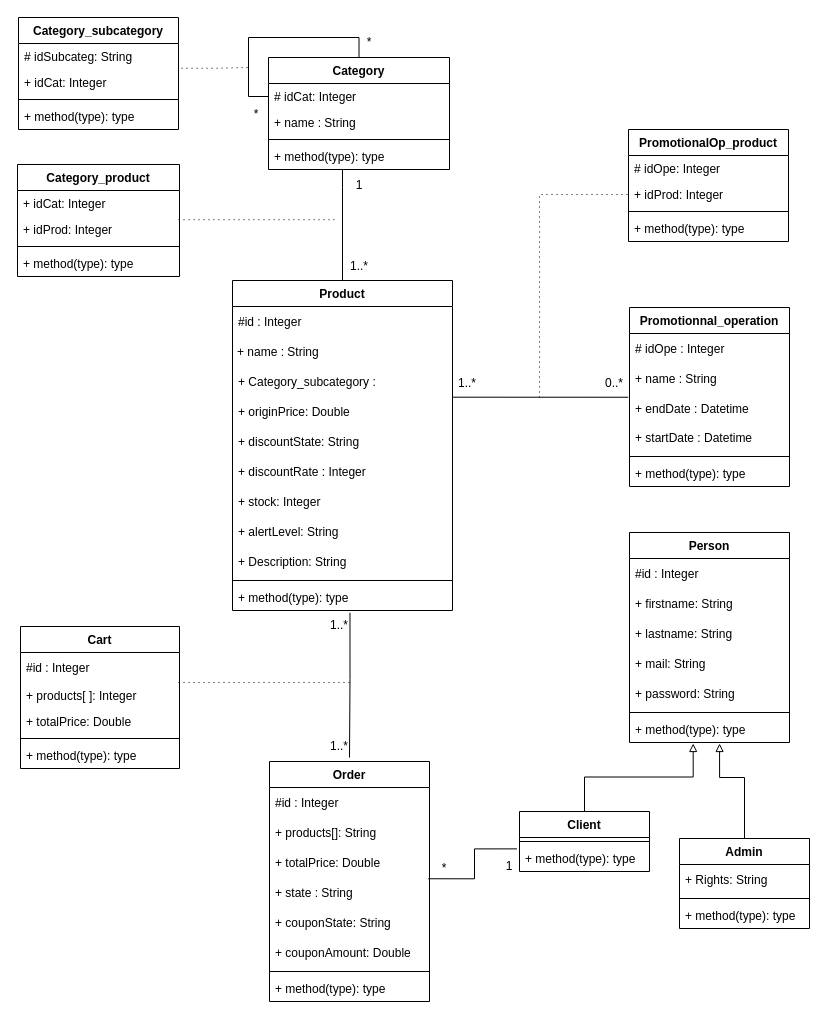
zbendd/ptut8 keeps this draw.io diagram as ptut8_DiagrammeDeClasse_V1.0.drawio. Above is the earlier version. Source tidied: cells renumbered, new cells numbered last; positions are measured from the earlier drawing's top-left corner, leaving out a move shared by most shapes. Both pictures are drawn from the tidied source at 100%, with x=0, y=0 at pixel (17, 17).
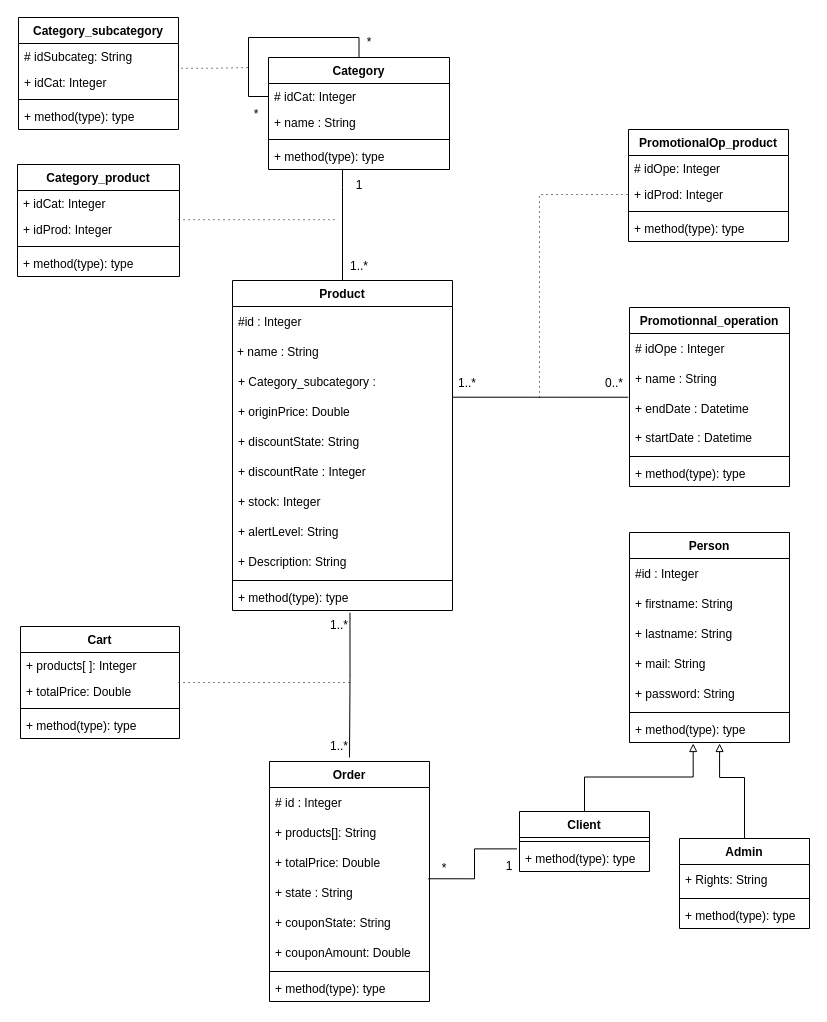
Above is the later version.

Unchanged cells that the change refers to:
```xml
<mxCell id="59" value="Order" style="swimlane;fontStyle=1;align=center;verticalAlign=top;horizontal=1;startSize=26;" parent="1" vertex="1">
  <mxGeometry x="252" y="744" width="160" height="240" as="geometry" />
</mxCell>
```

Diff of the diagram source:
```diff
@@
     <mxCell id="53" value="Cart" style="swimlane;fontStyle=1;align=center;verticalAlign=top;horizontal=1;startSize=26;" parent="1" vertex="1">
-      <mxGeometry x="3" y="609" width="159" height="142" as="geometry" />
+      <mxGeometry x="3" y="609" width="159" height="112" as="geometry" />
     </mxCell>
-    <mxCell id="54" value="#id : Integer" style="text;strokeColor=none;fillColor=none;align=left;verticalAlign=middle;spacingLeft=4;spacingRight=4;overflow=hidden;" parent="53" vertex="1">
-      <mxGeometry y="26" width="159" height="30" as="geometry" />
-    </mxCell>
     <mxCell id="55" value="+ products[ ]: Integer" style="text;strokeColor=none;fillColor=none;align=left;verticalAlign=top;spacingLeft=4;spacingRight=4;overflow=hidden;" parent="53" vertex="1">
-      <mxGeometry y="56" width="159" height="26" as="geometry" />
+      <mxGeometry y="26" width="159" height="26" as="geometry" />
     </mxCell>
     <mxCell id="56" value="+ totalPrice: Double" style="text;strokeColor=none;fillColor=none;align=left;verticalAlign=top;spacingLeft=4;spacingRight=4;overflow=hidden;" parent="53" vertex="1">
-      <mxGeometry y="82" width="159" height="26" as="geometry" />
+      <mxGeometry y="52" width="159" height="26" as="geometry" />
     </mxCell>
     <mxCell id="57" style="line;strokeWidth=1;fillColor=none;align=left;verticalAlign=middle;spacingTop=-1;spacingLeft=3;spacingRight=3;labelPosition=right;" parent="53" vertex="1">
-      <mxGeometry y="108" width="159" height="8" as="geometry" />
+      <mxGeometry y="78" width="159" height="8" as="geometry" />
     </mxCell>
     <mxCell id="58" value="+ method(type): type" style="text;strokeColor=none;fillColor=none;align=left;verticalAlign=top;spacingLeft=4;spacingRight=4;overflow=hidden;" parent="53" vertex="1">
-      <mxGeometry y="116" width="159" height="26" as="geometry" />
+      <mxGeometry y="86" width="159" height="26" as="geometry" />
     </mxCell>
@@
-    <mxCell id="60" value="#id : Integer" style="text;strokeColor=none;fillColor=none;align=left;verticalAlign=middle;spacingLeft=4;spacingRight=4;overflow=hidden;" parent="59" vertex="1">
+    <mxCell id="60" value="# id : Integer" style="text;strokeColor=none;fillColor=none;align=left;verticalAlign=middle;spacingLeft=4;spacingRight=4;overflow=hidden;" parent="59" vertex="1">
       <mxGeometry y="26" width="160" height="30" as="geometry" />
     </mxCell>
```
